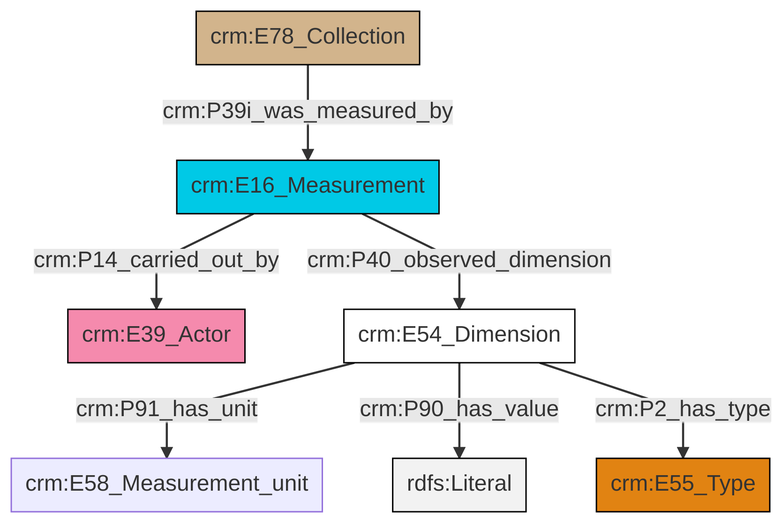
The Mermaid diagram et/archivalCSV/ttl/mmd/png/archival_substance.png in swiss-art-research-net/docs.swissartresearch, before a commit. Its source is kept beside it as et/archivalCSV/ttl/mmd/archival_substance.ttl.mmd.
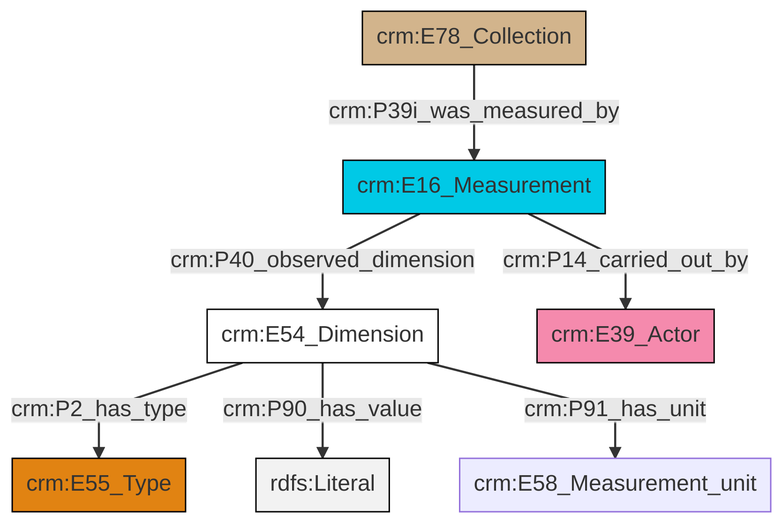
After the change.

What changed in the source:
```diff
@@ -13,9 +13,9 @@
 classDef PC_Classes fill:#4ce600, stroke:#000000;
 classDef Multi fill:#cccccc,stroke:#000000;
 
-4["crm:E54_Dimension"]:::CRM_Entity -->|crm:P91_has_unit| 5["crm:E58_Measurement_unit"]:::Default
-2["crm:E78_Collection"]:::Physical_Thing -->|crm:P39i_was_measured_by| 6["crm:E16_Measurement"]:::Temporal_Entity
-6["crm:E16_Measurement"]:::Temporal_Entity -->|crm:P14_carried_out_by| 0["crm:E39_Actor"]:::Actor
-6["crm:E16_Measurement"]:::Temporal_Entity -->|crm:P40_observed_dimension| 4["crm:E54_Dimension"]:::CRM_Entity
-4["crm:E54_Dimension"]:::CRM_Entity -->|crm:P90_has_value| 11[rdfs:Literal]:::Literal
-4["crm:E54_Dimension"]:::CRM_Entity -->|crm:P2_has_type| 9["crm:E55_Type"]:::Type
+0["crm:E54_Dimension"]:::CRM_Entity -->|crm:P2_has_type| 1["crm:E55_Type"]:::Type
+2["crm:E16_Measurement"]:::Temporal_Entity -->|crm:P40_observed_dimension| 0["crm:E54_Dimension"]:::CRM_Entity
+0["crm:E54_Dimension"]:::CRM_Entity -->|crm:P90_has_value| 3[rdfs:Literal]:::Literal
+6["crm:E78_Collection"]:::Physical_Thing -->|crm:P39i_was_measured_by| 2["crm:E16_Measurement"]:::Temporal_Entity
+0["crm:E54_Dimension"]:::CRM_Entity -->|crm:P91_has_unit| 4["crm:E58_Measurement_unit"]:::Default
+2["crm:E16_Measurement"]:::Temporal_Entity -->|crm:P14_carried_out_by| 7["crm:E39_Actor"]:::Actor
```
